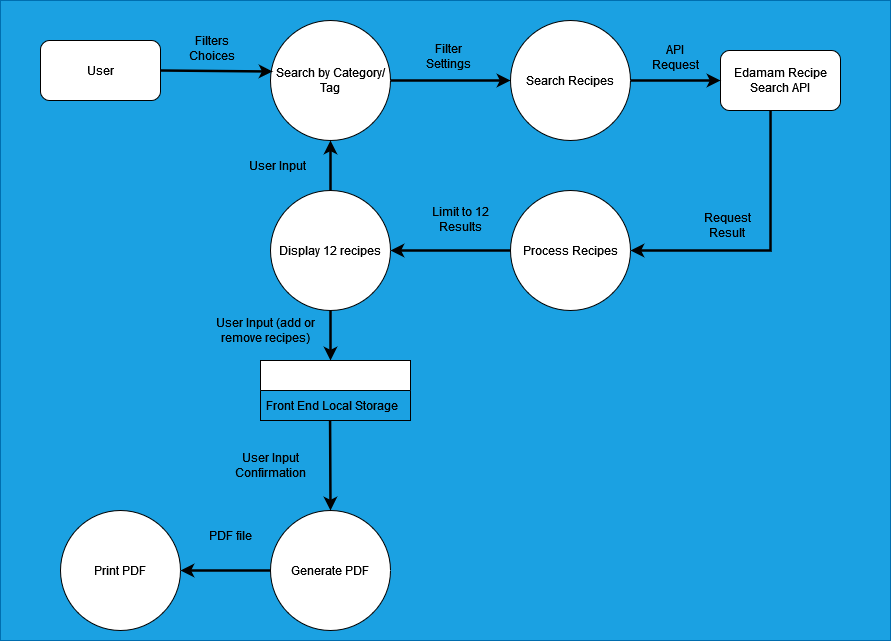
The draw.io diagram docs/Epic1&2.png in jmcaluyafuentes/diet-delight-frontend, before a commit. Source tidied: cells renumbered, new cells last; positions are measured from the earlier drawing's top-left corner, leaving out a move shared by most shapes.
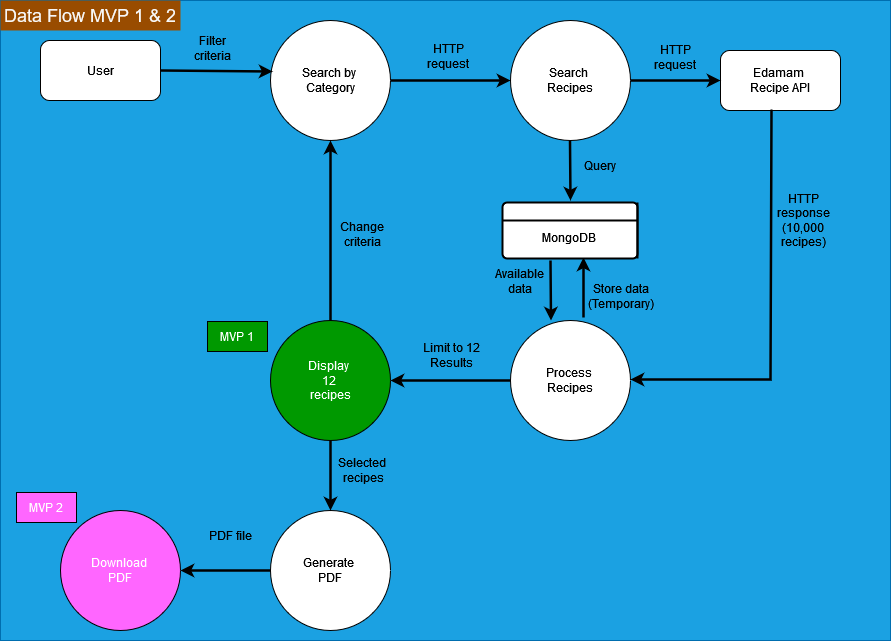
Above is the later version.

Diff of the diagram source:
```diff
@@ -8,13 +8,13 @@
     <mxCell id="3" value="User" style="rounded=1;whiteSpace=wrap;html=1;" parent="1" vertex="1">
       <mxGeometry x="40" y="40" width="120" height="60" as="geometry" />
     </mxCell>
-    <mxCell id="4" value="Search by Category/Tag" style="ellipse;whiteSpace=wrap;html=1;" parent="1" vertex="1">
+    <mxCell id="4" value="&lt;div&gt;Search by&amp;nbsp;&lt;/div&gt;&lt;div&gt;Category&lt;/div&gt;" style="ellipse;whiteSpace=wrap;html=1;" parent="1" vertex="1">
       <mxGeometry x="270" y="20" width="120" height="120" as="geometry" />
     </mxCell>
-    <mxCell id="5" value="Search Recipes" style="ellipse;whiteSpace=wrap;html=1;" parent="1" vertex="1">
+    <mxCell id="5" value="&lt;div&gt;Search&amp;nbsp;&lt;/div&gt;&lt;div&gt;Recipes&lt;/div&gt;" style="ellipse;whiteSpace=wrap;html=1;" parent="1" vertex="1">
       <mxGeometry x="510" y="20" width="120" height="120" as="geometry" />
     </mxCell>
-    <mxCell id="6" value="Edamam Recipe Search API" style="rounded=1;whiteSpace=wrap;html=1;" parent="1" vertex="1">
+    <mxCell id="6" value="&lt;div&gt;Edamam&amp;nbsp;&lt;/div&gt;&lt;div&gt;Recipe API&lt;/div&gt;" style="rounded=1;whiteSpace=wrap;html=1;" parent="1" vertex="1">
       <mxGeometry x="720" y="50" width="120" height="60" as="geometry" />
     </mxCell>
     <mxCell id="7" style="endArrow=classic;html=1;rounded=0;strokeWidth=2.5;exitX=1;exitY=0.5;exitDx=0;exitDy=0;entryX=0.017;entryY=0.425;entryDx=0;entryDy=0;entryPerimeter=0;" parent="1" edge="1" source="3" target="4">
@@ -26,76 +26,100 @@
     <mxCell id="9" style="endArrow=classic;html=1;rounded=0;strokeWidth=2.5;exitX=1;exitY=0.5;exitDx=0;exitDy=0;entryX=0;entryY=0.5;entryDx=0;entryDy=0;" parent="1" edge="1" source="5" target="6">
       <mxGeometry relative="1" as="geometry" />
     </mxCell>
-    <mxCell id="10" value="Process Recipes" style="ellipse;whiteSpace=wrap;html=1;" parent="1" vertex="1">
-      <mxGeometry x="510" y="190" width="120" height="120" as="geometry" />
+    <mxCell id="10" value="&lt;div&gt;Process&amp;nbsp;&lt;/div&gt;&lt;div&gt;Recipes&lt;/div&gt;" style="ellipse;whiteSpace=wrap;html=1;" parent="1" vertex="1">
+      <mxGeometry x="510" y="320" width="120" height="120" as="geometry" />
     </mxCell>
-    <mxCell id="11" value="Display 12 recipes" style="ellipse;whiteSpace=wrap;html=1;" parent="1" vertex="1">
-      <mxGeometry x="270" y="190" width="120" height="120" as="geometry" />
+    <mxCell id="11" value="&lt;div&gt;Display&amp;nbsp;&lt;/div&gt;&lt;div&gt;12&amp;nbsp;&lt;/div&gt;&lt;div&gt;recipes&lt;/div&gt;" style="ellipse;whiteSpace=wrap;html=1;fillColor=#009900;fontColor=#FFFFFF;" parent="1" vertex="1">
+      <mxGeometry x="270" y="320" width="120" height="120" as="geometry" />
     </mxCell>
-    <mxCell id="12" value="Generate PDF" style="ellipse;whiteSpace=wrap;html=1;" parent="1" vertex="1">
+    <mxCell id="12" value="&lt;div&gt;Generate&amp;nbsp;&lt;/div&gt;&lt;div&gt;PDF&lt;/div&gt;" style="ellipse;whiteSpace=wrap;html=1;" parent="1" vertex="1">
       <mxGeometry x="270" y="510" width="120" height="120" as="geometry" />
     </mxCell>
-    <mxCell id="13" value="Print PDF" style="ellipse;whiteSpace=wrap;html=1;" parent="1" vertex="1">
+    <mxCell id="13" value="&lt;div&gt;Download&amp;nbsp;&lt;/div&gt;&lt;div&gt;PDF&lt;/div&gt;" style="ellipse;whiteSpace=wrap;html=1;fillColor=#FF66FF;fontColor=#FFFFFF;" parent="1" vertex="1">
       <mxGeometry x="60" y="510" width="120" height="120" as="geometry" />
     </mxCell>
-    <mxCell id="14" value="Filter Settings" style="text;html=1;align=center;verticalAlign=middle;whiteSpace=wrap;rounded=0;" parent="1" vertex="1">
+    <mxCell id="14" value="&lt;div&gt;HTTP request&lt;/div&gt;" style="text;html=1;align=center;verticalAlign=middle;whiteSpace=wrap;rounded=0;" parent="1" vertex="1">
       <mxGeometry x="418" y="41" width="60" height="30" as="geometry" />
     </mxCell>
-    <mxCell id="15" value="API Request" style="text;html=1;align=center;verticalAlign=middle;whiteSpace=wrap;rounded=0;" parent="1" vertex="1">
+    <mxCell id="15" value="HTTP request" style="text;html=1;align=center;verticalAlign=middle;whiteSpace=wrap;rounded=0;" parent="1" vertex="1">
       <mxGeometry x="645" y="42" width="60" height="30" as="geometry" />
     </mxCell>
-    <mxCell id="16" value="Request Result" style="text;html=1;align=center;verticalAlign=middle;whiteSpace=wrap;rounded=0;" parent="1" vertex="1">
-      <mxGeometry x="697" y="210" width="60" height="30" as="geometry" />
+    <mxCell id="16" value="HTTP response (10,000 recipes)" style="text;html=1;align=center;verticalAlign=middle;whiteSpace=wrap;rounded=0;" parent="1" vertex="1">
+      <mxGeometry x="773" y="180" width="60" height="80" as="geometry" />
     </mxCell>
     <mxCell id="17" value="Limit to 12 Results" style="text;html=1;align=center;verticalAlign=middle;whiteSpace=wrap;rounded=0;" parent="1" vertex="1">
-      <mxGeometry x="430" y="204" width="60" height="30" as="geometry" />
+      <mxGeometry x="421" y="340" width="60" height="30" as="geometry" />
     </mxCell>
-    <mxCell id="18" value="User Input (add or remove recipes)" style="text;html=1;align=center;verticalAlign=middle;whiteSpace=wrap;rounded=0;" parent="1" vertex="1">
-      <mxGeometry x="200" y="310" width="130" height="40" as="geometry" />
-    </mxCell>
     <mxCell id="19" value="PDF file" style="text;html=1;align=center;verticalAlign=middle;whiteSpace=wrap;rounded=0;" parent="1" vertex="1">
       <mxGeometry x="200" y="520" width="60" height="30" as="geometry" />
     </mxCell>
-    <mxCell id="20" value="Filters Choices" style="text;html=1;align=center;verticalAlign=middle;whiteSpace=wrap;rounded=0;" parent="1" vertex="1">
+    <mxCell id="20" value="Filter criteria" style="text;html=1;align=center;verticalAlign=middle;whiteSpace=wrap;rounded=0;" parent="1" vertex="1">
       <mxGeometry x="182" y="33" width="60" height="30" as="geometry" />
     </mxCell>
-    <mxCell id="21" style="endArrow=classic;html=1;rounded=0;strokeWidth=2.5;exitX=0.5;exitY=1;exitDx=0;exitDy=0;" parent="1" edge="1" source="11">
-      <mxGeometry relative="1" as="geometry">
-        <mxPoint x="330" y="360" as="targetPoint" />
-      </mxGeometry>
-    </mxCell>
     <mxCell id="22" style="endArrow=classic;html=1;rounded=0;strokeWidth=2.5;entryX=0.5;entryY=1;entryDx=0;entryDy=0;exitX=0.5;exitY=0;exitDx=0;exitDy=0;" parent="1" edge="1" source="11" target="4">
       <mxGeometry relative="1" as="geometry" />
     </mxCell>
     <mxCell id="23" style="endArrow=classic;html=1;rounded=0;strokeWidth=2.5;entryX=1;entryY=0.5;entryDx=0;entryDy=0;exitX=0;exitY=0.5;exitDx=0;exitDy=0;" parent="1" edge="1" source="10" target="11">
       <mxGeometry relative="1" as="geometry" />
     </mxCell>
-    <mxCell id="24" style="endArrow=classic;html=1;rounded=0;strokeWidth=2.5;entryX=1;entryY=0.5;entryDx=0;entryDy=0;exitX=0.417;exitY=1;exitDx=0;exitDy=0;exitPerimeter=0;" parent="1" edge="1" source="6" target="10">
+    <mxCell id="24" style="endArrow=classic;html=1;rounded=0;strokeWidth=2.5;entryX=1;entryY=0.5;entryDx=0;entryDy=0;exitX=0.425;exitY=0.983;exitDx=0;exitDy=0;exitPerimeter=0;" parent="1" edge="1" source="6">
       <mxGeometry relative="1" as="geometry">
+        <mxPoint x="630" y="379" as="targetPoint" />
         <Array as="points">
-          <mxPoint x="770" y="250" />
+          <mxPoint x="770" y="379" />
         </Array>
       </mxGeometry>
     </mxCell>
     <mxCell id="25" style="endArrow=classic;html=1;rounded=0;strokeWidth=2.5;entryX=1;entryY=0.5;entryDx=0;entryDy=0;exitX=0;exitY=0.5;exitDx=0;exitDy=0;" parent="1" edge="1" source="12" target="13">
       <mxGeometry relative="1" as="geometry" />
     </mxCell>
-    <mxCell id="26" value="User Input" style="text;html=1;align=center;verticalAlign=middle;whiteSpace=wrap;rounded=0;" parent="1" vertex="1">
-      <mxGeometry x="247" y="150" width="60" height="30" as="geometry" />
+    <mxCell id="26" value="Change criteria" style="text;html=1;align=center;verticalAlign=middle;whiteSpace=wrap;rounded=0;" parent="1" vertex="1">
+      <mxGeometry x="332" y="219" width="60" height="30" as="geometry" />
     </mxCell>
-    <mxCell id="27" style="swimlane;fontStyle=0;horizontal=1;startSize=30;whiteSpace=wrap;html=1;" parent="1" vertex="1">
-      <mxGeometry x="260" y="360" width="150" height="60" as="geometry" />
-    </mxCell>
-    <mxCell id="28" value="Front End Local Storage " style="text;strokeColor=none;fillColor=none;align=left;verticalAlign=middle;spacingLeft=4;spacingRight=4;overflow=hidden;whiteSpace=wrap;html=1;" parent="27" vertex="1">
-      <mxGeometry y="30" width="150" height="30" as="geometry" />
-    </mxCell>
-    <mxCell id="29" style="endArrow=classic;html=1;rounded=0;strokeWidth=2.5;exitX=0.5;exitY=1;exitDx=0;exitDy=0;entryX=0.5;entryY=0;entryDx=0;entryDy=0;" parent="1" edge="1" target="12">
-      <mxGeometry relative="1" as="geometry">
-        <mxPoint x="329.6" y="420" as="sourcePoint" />
-      </mxGeometry>
+    <mxCell id="29" style="endArrow=classic;html=1;rounded=0;strokeWidth=2.5;exitX=0.5;exitY=1;exitDx=0;exitDy=0;entryX=0.5;entryY=0;entryDx=0;entryDy=0;" parent="1" edge="1" source="11" target="12">
+      <mxGeometry relative="1" as="geometry" />
     </mxCell>
-    <mxCell id="30" value="User Input Confirmation" style="text;html=1;align=center;verticalAlign=middle;whiteSpace=wrap;rounded=0;" parent="1" vertex="1">
-      <mxGeometry x="220" y="450" width="100" height="30" as="geometry" />
+    <mxCell id="30" value="&lt;div&gt;Selected&amp;nbsp;&lt;/div&gt;&lt;div&gt;recipes&lt;/div&gt;" style="text;html=1;align=center;verticalAlign=middle;whiteSpace=wrap;rounded=0;" parent="1" vertex="1">
+      <mxGeometry x="313" y="455" width="100" height="30" as="geometry" />
     </mxCell>
+    <mxCell id="31" value="&lt;div&gt;Available &lt;br&gt;&lt;/div&gt;&lt;div&gt;data&lt;br&gt;&lt;/div&gt;" style="text;html=1;align=center;verticalAlign=middle;whiteSpace=wrap;rounded=0;" parent="1" vertex="1">
+      <mxGeometry x="490" y="266" width="60" height="30" as="geometry" />
+    </mxCell>
+    <mxCell id="32" style="endArrow=classic;html=1;rounded=0;strokeWidth=2.5;exitX=0.5;exitY=1;exitDx=0;exitDy=0;entryX=0.5;entryY=0;entryDx=0;entryDy=0;" parent="1" edge="1">
+      <mxGeometry relative="1" as="geometry">
+        <mxPoint x="569.5" y="140" as="sourcePoint" />
+        <mxPoint x="570" y="200" as="targetPoint" />
+      </mxGeometry>
+    </mxCell>
+    <mxCell id="33" style="endArrow=classic;html=1;rounded=0;strokeWidth=2.5;exitX=0.5;exitY=1;exitDx=0;exitDy=0;entryX=0.5;entryY=0;entryDx=0;entryDy=0;" parent="1" edge="1">
+      <mxGeometry relative="1" as="geometry">
+        <mxPoint x="550" y="260" as="sourcePoint" />
+        <mxPoint x="550.5" y="320" as="targetPoint" />
+      </mxGeometry>
+    </mxCell>
+    <mxCell id="34" style="endArrow=classic;html=1;rounded=0;strokeWidth=2.5;" parent="1" edge="1">
+      <mxGeometry relative="1" as="geometry">
+        <mxPoint x="583" y="317" as="sourcePoint" />
+        <mxPoint x="583" y="257" as="targetPoint" />
+      </mxGeometry>
+    </mxCell>
+    <mxCell id="35" value="&lt;div&gt;Store data&lt;/div&gt;&lt;div&gt;(Temporary)&lt;/div&gt;" style="text;html=1;align=center;verticalAlign=middle;whiteSpace=wrap;rounded=0;fillColor=none;" parent="1" vertex="1">
+      <mxGeometry x="591" y="281" width="60" height="30" as="geometry" />
+    </mxCell>
+    <mxCell id="36" value="Query" style="text;html=1;align=center;verticalAlign=middle;whiteSpace=wrap;rounded=0;" parent="1" vertex="1">
+      <mxGeometry x="570" y="150" width="60" height="30" as="geometry" />
+    </mxCell>
+    <mxCell id="37" value="MVP 1" style="text;html=1;align=center;verticalAlign=middle;whiteSpace=wrap;rounded=0;fillColor=#009900;fontColor=#FFFFFF;strokeColor=default;" parent="1" vertex="1">
+      <mxGeometry x="207" y="321" width="60" height="30" as="geometry" />
+    </mxCell>
+    <mxCell id="38" value="MVP 2" style="text;html=1;align=center;verticalAlign=middle;whiteSpace=wrap;rounded=0;fillColor=#FF66FF;fontColor=#FFFFFF;strokeColor=default;" parent="1" vertex="1">
+      <mxGeometry x="16" y="492" width="60" height="30" as="geometry" />
+    </mxCell>
+    <mxCell id="39" value="&lt;font style=&quot;font-size: 18px;&quot;&gt;Data Flow MVP 1 &amp;amp; 2&lt;/font&gt;" style="text;html=1;align=center;verticalAlign=middle;whiteSpace=wrap;rounded=0;fillColor=#994C00;fontColor=#F7F7F7;" parent="1" vertex="1">
+      <mxGeometry width="180" height="30" as="geometry" />
+    </mxCell>
+    <mxCell id="40" value="&lt;div&gt;&lt;br&gt;&lt;/div&gt;&lt;div&gt;MongoDB&lt;br&gt;&lt;/div&gt;" style="shape=internalStorage;whiteSpace=wrap;html=1;dx=135;dy=18;rounded=1;arcSize=8;strokeWidth=2;" parent="1" vertex="1">
+      <mxGeometry x="502" y="202" width="135" height="56" as="geometry" />
+    </mxCell>
   </root>
 </mxGraphModel>
```
